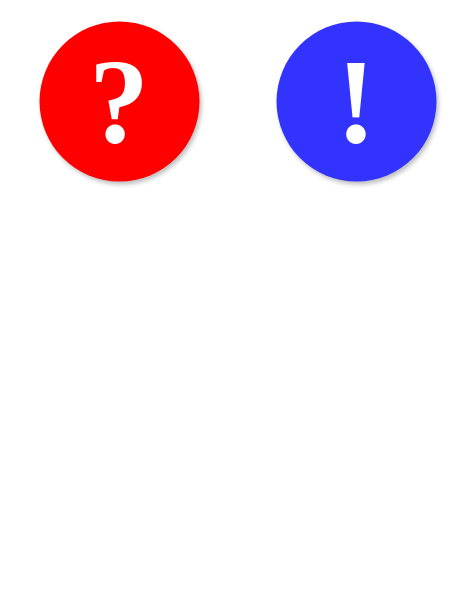
The draw.io diagram sec_learning/pic/drawio/signs.drawio in zobinHuang/zobinhuang.github.io, before the edit. Source tidied: cells renumbered, new cells numbered last; positions are measured from the earlier drawing's top-left corner, leaving out a move shared by most shapes. Both pictures are drawn from the tidied source at 100%, with x=0, y=0 at pixel (39, 21).
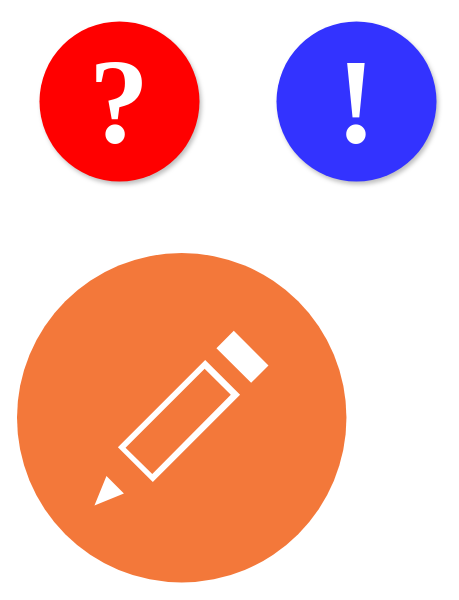
The same diagram, later.

What changed in the source:
```diff
@@
 <mxGraphModel>
   <root>
     <mxCell id="0" />
     <mxCell id="1" parent="0" />
     <mxCell id="2" value="&lt;b&gt;&lt;font style=&quot;font-size: 120px&quot; face=&quot;Garamond&quot;&gt;?&lt;/font&gt;&lt;/b&gt;" style="ellipse;whiteSpace=wrap;html=1;fontFamily=Kdam Thmor Pro;fillColor=#FF0000;strokeColor=none;fontColor=#FFFFFF;shadow=1;sketch=0;" parent="1" vertex="1">
       <mxGeometry width="160" height="160" as="geometry" />
     </mxCell>
     <mxCell id="3" value="&lt;b&gt;&lt;font style=&quot;font-size: 120px&quot; face=&quot;Garamond&quot;&gt;!&lt;/font&gt;&lt;/b&gt;" style="ellipse;whiteSpace=wrap;html=1;fontFamily=Kdam Thmor Pro;fillColor=#3333FF;strokeColor=none;fontColor=#FFFFFF;shadow=1;" parent="1" vertex="1">
       <mxGeometry x="237" width="160" height="160" as="geometry" />
     </mxCell>
+    <mxCell id="4" style="perimeter=ellipsePerimeter;html=1;align=center;shadow=0;dashed=0;fontColor=#FFFFFF;labelBackgroundColor=#ffffff;fontSize=12;spacingTop=3;image;image=img/lib/ibm/devops/code_editor.svg;sketch=0;imageBackground=none;" parent="1" vertex="1">
+      <mxGeometry x="-22" y="232" width="330" height="330" as="geometry" />
+    </mxCell>
   </root>
 </mxGraphModel>
```
